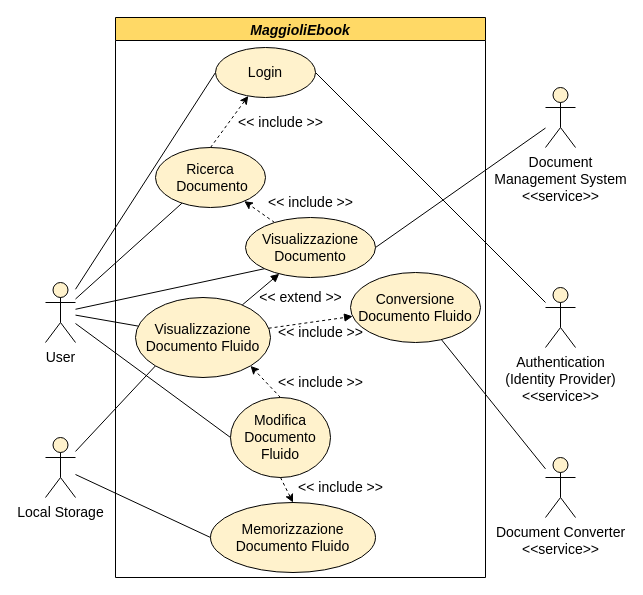
Above: page "1-Use-case" (1 of 15) of tesi.drawio in paganellif/tesi-paganelli (draw.io), before the change. Source tidied: cells renumbered, new cells numbered last; positions are measured from the earlier drawing's top-left corner, leaving out a move shared by most shapes. Both pictures are drawn from the tidied source at 100%, with x=0, y=0 at pixel (45, 17).
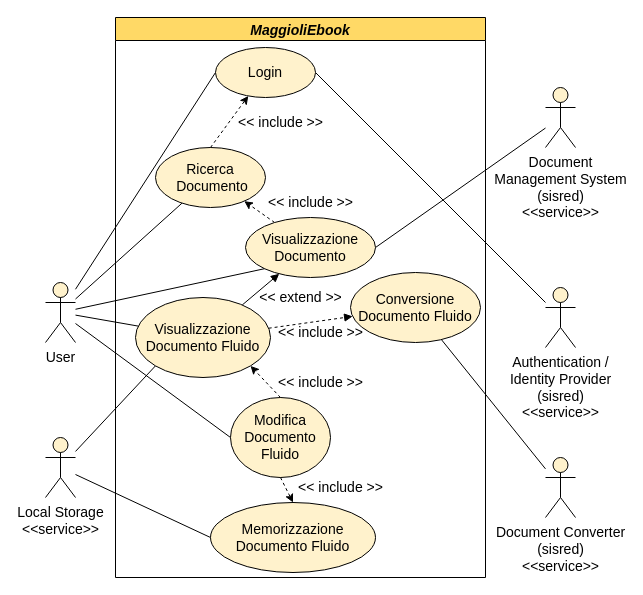
The same diagram, later.

Change to the diagram source:
```diff
@@
-    <mxCell id="8" value="Authentication&lt;br style=&quot;font-size: 14px;&quot;&gt;(Identity Provider)&lt;br style=&quot;font-size: 14px;&quot;&gt;&amp;lt;&amp;lt;service&amp;gt;&amp;gt;" style="shape=umlActor;verticalLabelPosition=bottom;verticalAlign=top;html=1;outlineConnect=0;fillColor=#FFF2CC;fontSize=14;strokeColor=#000000;" parent="1" vertex="1">
+    <mxCell id="8" value="Authentication /&lt;br&gt;Identity Provider&lt;br&gt;(sisred)&lt;br style=&quot;font-size: 14px;&quot;&gt;&amp;lt;&amp;lt;service&amp;gt;&amp;gt;" style="shape=umlActor;verticalLabelPosition=bottom;verticalAlign=top;html=1;outlineConnect=0;fillColor=#FFF2CC;fontSize=14;strokeColor=#000000;" parent="1" vertex="1">
       <mxGeometry x="500" y="270" width="30" height="60" as="geometry" />
     </mxCell>
@@
-    <mxCell id="27" value="Document Converter&lt;br style=&quot;font-size: 14px;&quot;&gt;&amp;lt;&amp;lt;service&amp;gt;&amp;gt;" style="shape=umlActor;verticalLabelPosition=bottom;verticalAlign=top;html=1;outlineConnect=0;fillColor=#FFF2CC;fontSize=14;strokeColor=#000000;" parent="1" vertex="1">
+    <mxCell id="27" value="Document Converter&lt;br&gt;(sisred)&lt;br style=&quot;font-size: 14px;&quot;&gt;&amp;lt;&amp;lt;service&amp;gt;&amp;gt;" style="shape=umlActor;verticalLabelPosition=bottom;verticalAlign=top;html=1;outlineConnect=0;fillColor=#FFF2CC;fontSize=14;strokeColor=#000000;" parent="1" vertex="1">
       <mxGeometry x="500" y="440" width="30" height="60" as="geometry" />
     </mxCell>
-    <mxCell id="28" value="Document &lt;br style=&quot;font-size: 14px;&quot;&gt;Management System&lt;br style=&quot;font-size: 14px;&quot;&gt;&amp;lt;&amp;lt;service&amp;gt;&amp;gt;" style="shape=umlActor;verticalLabelPosition=bottom;verticalAlign=top;html=1;outlineConnect=0;fillColor=#FFF2CC;fontSize=14;strokeColor=#000000;" parent="1" vertex="1">
+    <mxCell id="28" value="Document &lt;br style=&quot;font-size: 14px;&quot;&gt;Management System&lt;br&gt;(sisred)&lt;br style=&quot;font-size: 14px;&quot;&gt;&amp;lt;&amp;lt;service&amp;gt;&amp;gt;" style="shape=umlActor;verticalLabelPosition=bottom;verticalAlign=top;html=1;outlineConnect=0;fillColor=#FFF2CC;fontSize=14;strokeColor=#000000;" parent="1" vertex="1">
       <mxGeometry x="500" y="70" width="30" height="60" as="geometry" />
     </mxCell>
-    <mxCell id="29" value="Local Storage" style="shape=umlActor;verticalLabelPosition=bottom;verticalAlign=top;html=1;outlineConnect=0;fillColor=#FFF2CC;fontSize=14;strokeColor=#000000;" parent="1" vertex="1">
+    <mxCell id="29" value="Local Storage&lt;br&gt;&amp;lt;&amp;lt;service&amp;gt;&amp;gt;" style="shape=umlActor;verticalLabelPosition=bottom;verticalAlign=top;html=1;outlineConnect=0;fillColor=#FFF2CC;fontSize=14;strokeColor=#000000;" parent="1" vertex="1">
       <mxGeometry y="420" width="30" height="60" as="geometry" />
     </mxCell>
```
